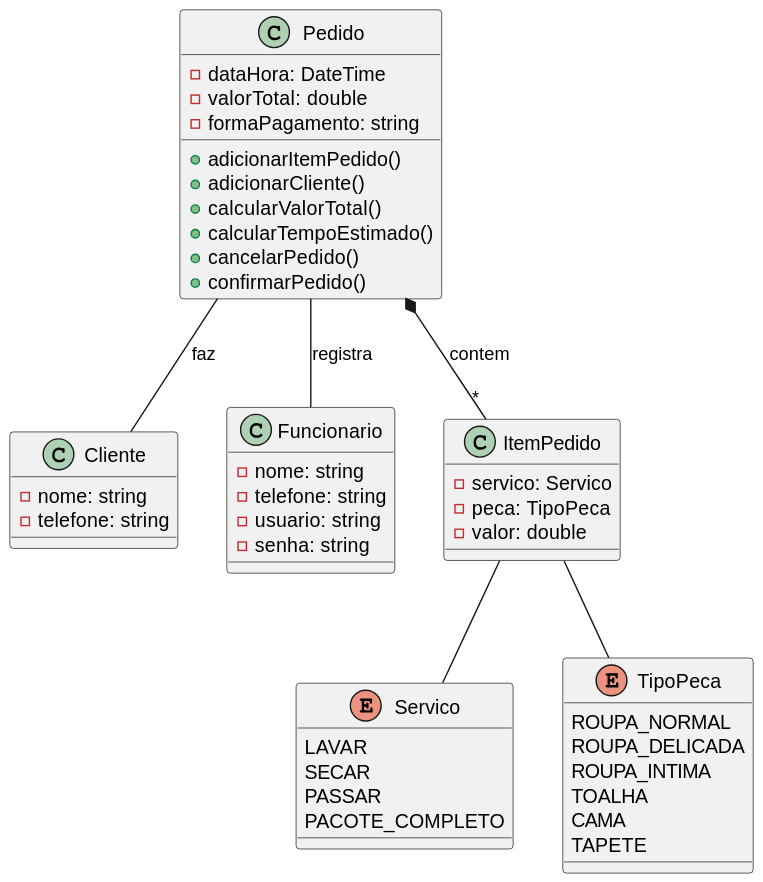
Before: docs/UML/diagrama-de-classe/Lavanderia Automatizada.svg, a diagram exported from PlantUML (vitoria-barbosa/Lavanderia-Trabalho-APS). The source it was exported from:
```plantuml
@startuml
class Cliente{
    - nome: string
    - telefone: string
}

class Funcionario{
    - nome: string
    - telefone: string
    - usuario: string
    - senha: string
}

class Pedido{
    - dataHora: DateTime
    - valorTotal: double
    - formaPagamento: string

    + adicionarItemPedido()
    + adicionarCliente()
    + calcularValorTotal()
    + calcularTempoEstimado()
    + cancelarPedido()
    + confirmarPedido()

}

class ItemPedido{
    - servico: Servico
    - peca: TipoPeca
    - valor: double
}

enum Servico{
    LAVAR
    SECAR
    PASSAR
    PACOTE_COMPLETO
}

enum TipoPeca{
    ROUPA_NORMAL
    ROUPA_DELICADA
    ROUPA_INTIMA
    TOALHA
    CAMA
    TAPETE
}

Pedido *-- "*" ItemPedido: contem
Pedido -- Funcionario: registra
Pedido -- Cliente: faz
ItemPedido -- Servico
ItemPedido -- TipoPeca
@enduml
```
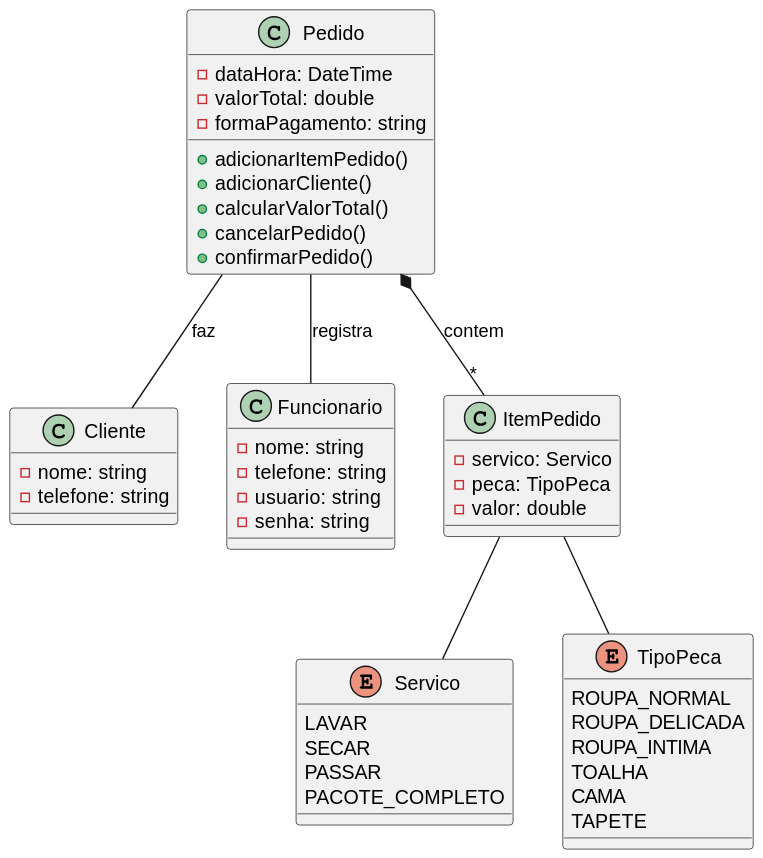
Above is the later version.

The edit, as a diff of the source:
```diff
@@ -19,10 +19,8 @@
     + adicionarItemPedido()
     + adicionarCliente()
     + calcularValorTotal()
-    + calcularTempoEstimado()
     + cancelarPedido()
     + confirmarPedido()
-
 }
 
 class ItemPedido{
```
